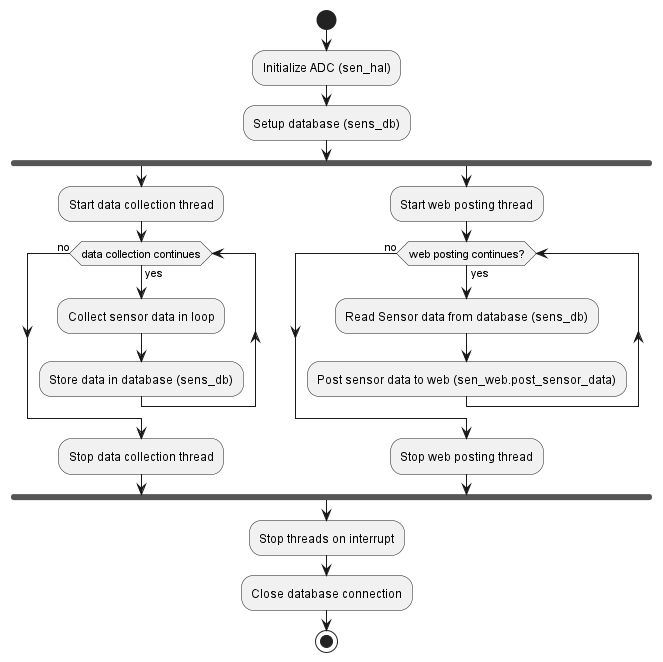
Earlier version of the PlantUML export out/design/activity/activity.png (shawsuraj203/smart_home). Its diagram source:
```plantuml
@startuml
start

:Initialize ADC (sen_hal);
:Setup database (sens_db);

fork
  :Start data collection thread;
  while (data collection continues) is (yes)
    :Collect sensor data in loop;
    :Store data in database (sens_db);
  endwhile (no)
  :Stop data collection thread;
fork again
  :Start web posting thread;
  while (web posting continues?) is (yes)
    :Read Sensor data from database (sens_db);
    :Post sensor data to web (sen_web.post_sensor_data);
   endwhile (no)
  :Stop web posting thread;
end fork

:Stop threads on interrupt;
:Close database connection;

stop
@enduml
```
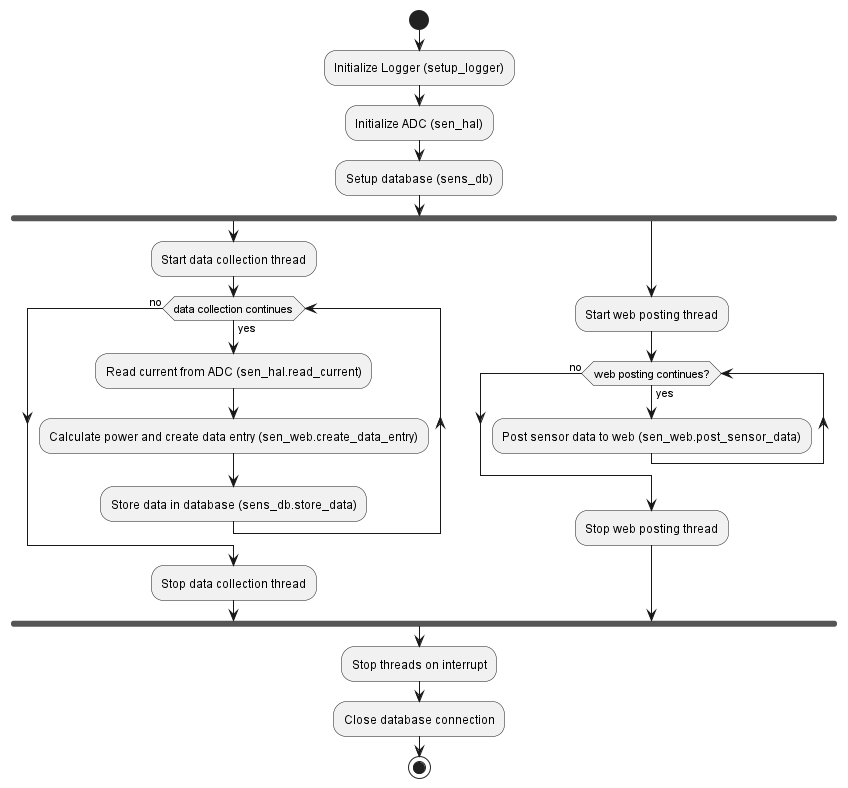
The same file after the commit.

What changed in the source:
```diff
@@ -1,22 +1,23 @@
 @startuml
 start
 
+:Initialize Logger (setup_logger);
 :Initialize ADC (sen_hal);
 :Setup database (sens_db);
 
 fork
   :Start data collection thread;
   while (data collection continues) is (yes)
-    :Collect sensor data in loop;
-    :Store data in database (sens_db);
+    :Read current from ADC (sen_hal.read_current);
+    :Calculate power and create data entry (sen_web.create_data_entry);
+    :Store data in database (sens_db.store_data);
   endwhile (no)
   :Stop data collection thread;
 fork again
   :Start web posting thread;
   while (web posting continues?) is (yes)
-    :Read Sensor data from database (sens_db);
     :Post sensor data to web (sen_web.post_sensor_data);
-   endwhile (no)
+  endwhile (no)
   :Stop web posting thread;
 end fork
 
```
